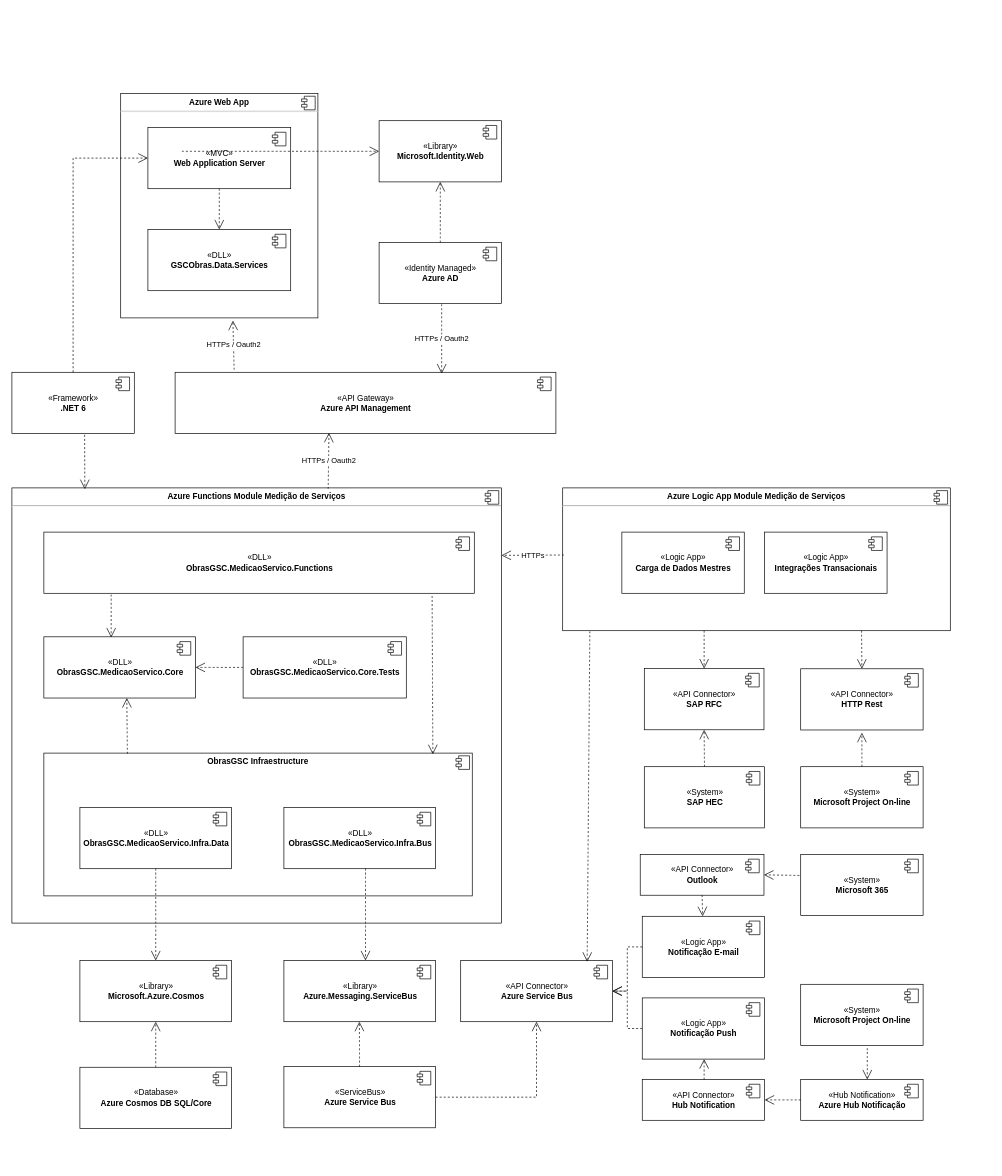
aizefler/pucminas keeps this draw.io diagram as page "Componentes" (3 of 4) of docs/etapa2/diagramas-pucminas-2021.drawio. Above is the earlier version. Source tidied: cells renumbered, new cells numbered last; positions are measured from the earlier drawing's top-left corner, leaving out a move shared by most shapes. Both pictures are drawn from the tidied source at 68%, with x=0, y=0 at pixel (12, 93).
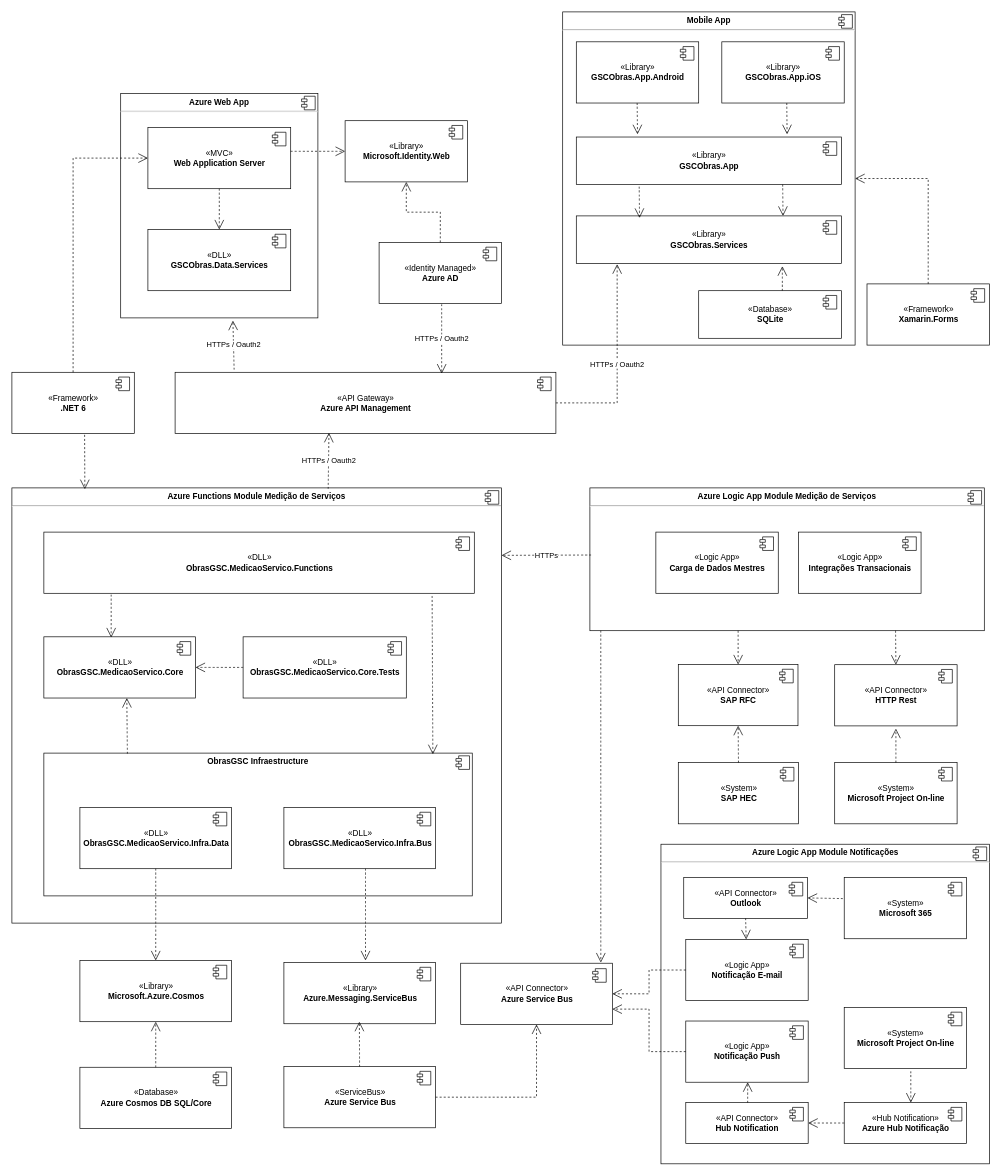
The same diagram, later.

Commit message:
Adicionado componentes referentes ao Mobile App

The change refers to these unchanged cells:
```xml
<mxCell id="2" value="«API Gateway»&lt;br&gt;&lt;b&gt;Azure API Management&lt;/b&gt;" style="html=1;" parent="1" vertex="1">
  <mxGeometry x="240" y="410" width="560" height="90" as="geometry" />
</mxCell>
<mxCell id="41" value="«Identity Managed»&lt;br&gt;&lt;b&gt;Azure AD&lt;/b&gt;" style="html=1;" parent="1" vertex="1">
  <mxGeometry x="540" y="219" width="180" height="90" as="geometry" />
</mxCell>
```

Change to the diagram source:
```diff
@@
     <mxCell id="43" value="«Library»&lt;br&gt;&lt;b&gt;Microsoft.Identity.Web&lt;/b&gt;" style="html=1;" parent="1" vertex="1">
-      <mxGeometry x="540" y="40" width="180" height="90" as="geometry" />
+      <mxGeometry x="490" y="40" width="180" height="90" as="geometry" />
     </mxCell>
@@
-    <mxCell id="45" style="endArrow=open;endSize=12;dashed=1;html=1;rounded=0;labelBackgroundColor=#FFFFFF;curved=1;entryX=0.5;entryY=1;entryDx=0;entryDy=0;exitX=0.5;exitY=0;exitDx=0;exitDy=0;" parent="1" edge="1" source="41" target="43">
+    <mxCell id="45" style="endArrow=open;endSize=12;dashed=1;html=1;rounded=0;labelBackgroundColor=#FFFFFF;entryX=0.5;entryY=1;entryDx=0;entryDy=0;exitX=0.5;exitY=0;exitDx=0;exitDy=0;edgeStyle=orthogonalEdgeStyle;" parent="1" edge="1" source="41" target="43">
       <mxGeometry relative="1" as="geometry" />
     </mxCell>
     <mxCell id="46" style="endArrow=open;endSize=12;dashed=1;html=1;rounded=0;curved=1;entryX=0;entryY=0.5;entryDx=0;entryDy=0;" parent="1" edge="1" target="43">
       <mxGeometry relative="1" as="geometry">
-        <mxPoint x="250" y="85" as="sourcePoint" />
+        <mxPoint x="410" y="85" as="sourcePoint" />
       </mxGeometry>
     </mxCell>
@@
     <mxCell id="48" value="«Library»&lt;br&gt;&lt;b&gt;Azure.Messaging.ServiceBus&lt;/b&gt;" style="html=1;" parent="1" vertex="1">
-      <mxGeometry x="400" y="1275" width="223" height="90" as="geometry" />
+      <mxGeometry x="400" y="1278" width="223" height="90" as="geometry" />
     </mxCell>
@@
     <mxCell id="54" value="&lt;p style=&quot;margin: 0px ; margin-top: 6px ; text-align: center&quot;&gt;&lt;b&gt;Azure Logic App Module Medição de Serviços&lt;/b&gt;&lt;/p&gt;&lt;hr&gt;&lt;p style=&quot;margin: 0px ; margin-left: 8px&quot;&gt;&lt;br&gt;&lt;/p&gt;" style="align=left;overflow=fill;html=1;" parent="1" vertex="1">
-      <mxGeometry x="810" y="580" width="570" height="210" as="geometry" />
+      <mxGeometry x="850" y="580" width="580" height="210" as="geometry" />
     </mxCell>
@@
     <mxCell id="56" value="«API Connector»&lt;br&gt;&lt;b&gt;Azure Service Bus&lt;/b&gt;" style="html=1;" parent="1" vertex="1">
-      <mxGeometry x="660" y="1275" width="223" height="90" as="geometry" />
+      <mxGeometry x="660" y="1279" width="223" height="90" as="geometry" />
     </mxCell>
     <mxCell id="57" style="shape=module;jettyWidth=8;jettyHeight=4;" parent="56" vertex="1">
       <mxGeometry x="1" width="20" height="20" relative="1" as="geometry">
-        <mxPoint x="-27" y="7" as="offset" />
+        <mxPoint x="-29" y="8" as="offset" />
       </mxGeometry>
     </mxCell>
@@
     <mxCell id="59" value="«Logic App»&lt;br&gt;&lt;b&gt;Carga de Dados Mestres&lt;/b&gt;" style="html=1;" parent="1" vertex="1">
-      <mxGeometry x="897" y="645" width="180" height="90" as="geometry" />
+      <mxGeometry x="947" y="645" width="180" height="90" as="geometry" />
     </mxCell>
@@
-    <mxCell id="62" style="endArrow=open;endSize=12;dashed=1;html=1;rounded=0;labelBackgroundColor=#FFFFFF;curved=1;entryX=0.834;entryY=0.022;entryDx=0;entryDy=0;entryPerimeter=0;exitX=0.07;exitY=1.005;exitDx=0;exitDy=0;exitPerimeter=0;" parent="1" edge="1" source="54" target="56">
-      <mxGeometry relative="1" as="geometry" />
+    <mxCell id="62" style="endArrow=open;endSize=12;dashed=1;html=1;rounded=0;labelBackgroundColor=#FFFFFF;curved=1;entryX=0.924;entryY=-0.011;entryDx=0;entryDy=0;entryPerimeter=0;" parent="1" edge="1" target="56">
+      <mxGeometry relative="1" as="geometry">
+        <mxPoint x="866" y="790" as="sourcePoint" />
+      </mxGeometry>
     </mxCell>
     <mxCell id="63" value="«API Connector»&lt;br&gt;&lt;b&gt;SAP RFC&lt;/b&gt;" style="html=1;" parent="1" vertex="1">
-      <mxGeometry x="930" y="845.7" width="176" height="90" as="geometry" />
+      <mxGeometry x="980" y="839.7" width="176" height="90" as="geometry" />
     </mxCell>
@@
     <mxCell id="65" value="«System»&lt;br&gt;&lt;b&gt;SAP HEC&lt;/b&gt;" style="html=1;" parent="1" vertex="1">
-      <mxGeometry x="930" y="990" width="177" height="90" as="geometry" />
+      <mxGeometry x="980" y="984" width="177" height="90" as="geometry" />
     </mxCell>
@@
     <mxCell id="67" style="endArrow=open;endSize=12;dashed=1;html=1;rounded=0;labelBackgroundColor=#FFFFFF;curved=1;entryX=0.5;entryY=0;entryDx=0;entryDy=0;" parent="1" edge="1" target="63">
       <mxGeometry relative="1" as="geometry">
-        <mxPoint x="1018" y="790" as="sourcePoint" />
+        <mxPoint x="1068" y="790" as="sourcePoint" />
       </mxGeometry>
     </mxCell>
@@
     <mxCell id="69" value="«API Connector»&lt;br&gt;&lt;b&gt;HTTP Rest&lt;/b&gt;" style="html=1;" parent="1" vertex="1">
-      <mxGeometry x="1160" y="846" width="180" height="90" as="geometry" />
+      <mxGeometry x="1210" y="840" width="180" height="90" as="geometry" />
     </mxCell>
@@
     <mxCell id="71" value="«Logic App»&lt;br&gt;&lt;b&gt;Integrações Transacionais&lt;/b&gt;" style="html=1;" parent="1" vertex="1">
-      <mxGeometry x="1107" y="645" width="180" height="90" as="geometry" />
+      <mxGeometry x="1157" y="645" width="180" height="90" as="geometry" />
     </mxCell>
@@
     <mxCell id="73" value="«System»&lt;br&gt;&lt;b&gt;Microsoft Project On-line&lt;/b&gt;" style="html=1;" parent="1" vertex="1">
-      <mxGeometry x="1160" y="990" width="180" height="90" as="geometry" />
+      <mxGeometry x="1210" y="984" width="180" height="90" as="geometry" />
     </mxCell>
@@
+    <mxCell id="94" style="endArrow=open;endSize=12;dashed=1;html=1;rounded=0;labelBackgroundColor=#FFFFFF;curved=1;entryX=0.5;entryY=0;entryDx=0;entryDy=0;" parent="1" edge="1" target="69">
+      <mxGeometry relative="1" as="geometry">
+        <mxPoint x="1299.5" y="790" as="sourcePoint" />
+      </mxGeometry>
+    </mxCell>
+    <mxCell id="95" style="endArrow=open;endSize=12;dashed=1;html=1;rounded=0;labelBackgroundColor=#FFFFFF;curved=1;exitX=0.5;exitY=0;exitDx=0;exitDy=0;" parent="1" edge="1" source="73">
+      <mxGeometry relative="1" as="geometry">
+        <mxPoint x="1300" y="934" as="targetPoint" />
+      </mxGeometry>
+    </mxCell>
+    <mxCell id="98" value="&lt;p style=&quot;margin: 0px ; margin-top: 6px ; text-align: center&quot;&gt;&lt;b&gt;Azure Logic App Module Notificações&lt;/b&gt;&lt;/p&gt;&lt;hr&gt;&lt;p style=&quot;margin: 0px ; margin-left: 8px&quot;&gt;&lt;br&gt;&lt;/p&gt;" style="align=left;overflow=fill;html=1;" parent="1" vertex="1">
+      <mxGeometry x="954.5" y="1104" width="483" height="470" as="geometry" />
+    </mxCell>
+    <mxCell id="99" style="shape=component;jettyWidth=8;jettyHeight=4;" parent="98" vertex="1">
+      <mxGeometry x="1" width="20" height="20" relative="1" as="geometry">
+        <mxPoint x="-24" y="4" as="offset" />
+      </mxGeometry>
+    </mxCell>
     <mxCell id="75" value="«Logic App»&lt;br&gt;&lt;b&gt;Notificação E-mail&lt;/b&gt;" style="html=1;" parent="1" vertex="1">
-      <mxGeometry x="927" y="1210" width="180" height="90" as="geometry" />
+      <mxGeometry x="991" y="1244" width="180" height="90" as="geometry" />
     </mxCell>
@@
     <mxCell id="77" value="«Logic App»&lt;br&gt;&lt;b&gt;Notificação Push&lt;/b&gt;" style="html=1;" parent="1" vertex="1">
-      <mxGeometry x="927" y="1330" width="180" height="90" as="geometry" />
+      <mxGeometry x="991" y="1364" width="180" height="90" as="geometry" />
     </mxCell>
@@
-    <mxCell id="80" style="endArrow=open;endSize=12;dashed=1;html=1;rounded=0;labelBackgroundColor=#FFFFFF;exitX=0;exitY=0.5;exitDx=0;exitDy=0;edgeStyle=orthogonalEdgeStyle;" parent="1" edge="1" source="77" target="56">
+    <mxCell id="80" style="endArrow=open;endSize=12;dashed=1;html=1;rounded=0;labelBackgroundColor=#FFFFFF;exitX=0;exitY=0.5;exitDx=0;exitDy=0;edgeStyle=orthogonalEdgeStyle;entryX=1;entryY=0.75;entryDx=0;entryDy=0;" parent="1" edge="1" source="77" target="56">
       <mxGeometry relative="1" as="geometry" />
     </mxCell>
     <mxCell id="81" value="«API Connector»&lt;br&gt;&lt;b&gt;Outlook&lt;/b&gt;" style="html=1;" parent="1" vertex="1">
-      <mxGeometry x="924" y="1119" width="182" height="60" as="geometry" />
+      <mxGeometry x="988" y="1153" width="182" height="60" as="geometry" />
     </mxCell>
@@
     <mxCell id="83" value="«API Connector»&lt;br&gt;&lt;b&gt;Hub Notification&lt;/b&gt;" style="html=1;" parent="1" vertex="1">
-      <mxGeometry x="927" y="1450" width="180" height="60" as="geometry" />
+      <mxGeometry x="991" y="1484" width="180" height="60" as="geometry" />
     </mxCell>
@@
     <mxCell id="85" value="«Hub Notification»&lt;br&gt;&lt;b&gt;Azure Hub Notificação&lt;/b&gt;" style="html=1;" parent="1" vertex="1">
-      <mxGeometry x="1160" y="1450" width="180" height="60" as="geometry" />
+      <mxGeometry x="1224" y="1484" width="180" height="60" as="geometry" />
     </mxCell>
@@
     <mxCell id="87" style="endArrow=open;endSize=12;dashed=1;html=1;rounded=0;labelBackgroundColor=#FFFFFF;curved=1;entryX=0.5;entryY=1;entryDx=0;entryDy=0;" parent="1" edge="1">
       <mxGeometry relative="1" as="geometry">
-        <mxPoint x="1018" y="1450" as="sourcePoint" />
-        <mxPoint x="1018" y="1420" as="targetPoint" />
+        <mxPoint x="1082" y="1484" as="sourcePoint" />
+        <mxPoint x="1082" y="1454" as="targetPoint" />
       </mxGeometry>
     </mxCell>
@@
     <mxCell id="89" value="«System»&lt;br&gt;&lt;b&gt;Microsoft 365&lt;/b&gt;" style="html=1;" parent="1" vertex="1">
-      <mxGeometry x="1160" y="1119" width="180" height="90" as="geometry" />
+      <mxGeometry x="1224" y="1153" width="180" height="90" as="geometry" />
     </mxCell>
@@
     <mxCell id="91" value="«System»&lt;br&gt;&lt;b&gt;Microsoft Project On-line&lt;/b&gt;" style="html=1;" parent="1" vertex="1">
-      <mxGeometry x="1160" y="1310" width="180" height="90" as="geometry" />
+      <mxGeometry x="1224" y="1344" width="180" height="90" as="geometry" />
     </mxCell>
@@
-    <mxCell id="94" style="endArrow=open;endSize=12;dashed=1;html=1;rounded=0;labelBackgroundColor=#FFFFFF;curved=1;entryX=0.5;entryY=0;entryDx=0;entryDy=0;" parent="1" edge="1" target="69">
-      <mxGeometry relative="1" as="geometry">
-        <mxPoint x="1249.5" y="790" as="sourcePoint" />
-      </mxGeometry>
-    </mxCell>
-    <mxCell id="95" style="endArrow=open;endSize=12;dashed=1;html=1;rounded=0;labelBackgroundColor=#FFFFFF;curved=1;exitX=0.5;exitY=0;exitDx=0;exitDy=0;" parent="1" edge="1" source="73">
-      <mxGeometry relative="1" as="geometry">
-        <mxPoint x="1250" y="940" as="targetPoint" />
-      </mxGeometry>
-    </mxCell>
@@
+    <mxCell id="100" value="&lt;p style=&quot;margin: 0px ; margin-top: 6px ; text-align: center&quot;&gt;&lt;b&gt;Mobile App&lt;/b&gt;&lt;/p&gt;&lt;hr&gt;&lt;p style=&quot;margin: 0px ; margin-left: 8px&quot;&gt;&lt;br&gt;&lt;/p&gt;" style="align=left;overflow=fill;html=1;" parent="1" vertex="1">
+      <mxGeometry x="810" y="-120" width="430" height="490" as="geometry" />
+    </mxCell>
+    <mxCell id="101" style="shape=component;jettyWidth=8;jettyHeight=4;" parent="100" vertex="1">
+      <mxGeometry x="1" width="20" height="20" relative="1" as="geometry">
+        <mxPoint x="-24" y="4" as="offset" />
+      </mxGeometry>
+    </mxCell>
+    <mxCell id="102" value="«Framework»&lt;br&gt;&lt;b&gt;Xamarin.Forms&lt;/b&gt;" style="html=1;" parent="1" vertex="1">
+      <mxGeometry x="1257.5" y="280" width="180" height="90" as="geometry" />
+    </mxCell>
+    <mxCell id="103" style="shape=module;jettyWidth=8;jettyHeight=4;" parent="102" vertex="1">
+      <mxGeometry x="1" width="20" height="20" relative="1" as="geometry">
+        <mxPoint x="-27" y="7" as="offset" />
+      </mxGeometry>
+    </mxCell>
+    <mxCell id="104" value="«Library»&lt;br&gt;&lt;b&gt;GSCObras.App.Android&lt;/b&gt;" style="html=1;" parent="1" vertex="1">
+      <mxGeometry x="830" y="-76" width="180" height="90" as="geometry" />
+    </mxCell>
+    <mxCell id="105" style="shape=module;jettyWidth=8;jettyHeight=4;" parent="104" vertex="1">
+      <mxGeometry x="1" width="20" height="20" relative="1" as="geometry">
+        <mxPoint x="-27" y="7" as="offset" />
+      </mxGeometry>
+    </mxCell>
+    <mxCell id="106" value="«Library»&lt;br&gt;&lt;b&gt;GSCObras.App.iOS&lt;/b&gt;" style="html=1;" parent="1" vertex="1">
+      <mxGeometry x="1044" y="-76" width="180" height="90" as="geometry" />
+    </mxCell>
+    <mxCell id="107" style="shape=module;jettyWidth=8;jettyHeight=4;" parent="106" vertex="1">
+      <mxGeometry x="1" width="20" height="20" relative="1" as="geometry">
+        <mxPoint x="-27" y="7" as="offset" />
+      </mxGeometry>
+    </mxCell>
+    <mxCell id="108" value="«Library»&lt;br&gt;&lt;b&gt;GSCObras.App&lt;/b&gt;" style="html=1;" parent="1" vertex="1">
+      <mxGeometry x="830" y="64" width="390" height="70" as="geometry" />
+    </mxCell>
+    <mxCell id="109" style="shape=module;jettyWidth=8;jettyHeight=4;" parent="108" vertex="1">
+      <mxGeometry x="1" width="20" height="20" relative="1" as="geometry">
+        <mxPoint x="-27" y="7" as="offset" />
+      </mxGeometry>
+    </mxCell>
+    <mxCell id="110" value="«Library»&lt;br&gt;&lt;b&gt;GSCObras.Services&lt;/b&gt;" style="html=1;" parent="1" vertex="1">
+      <mxGeometry x="830" y="180" width="390" height="70" as="geometry" />
+    </mxCell>
+    <mxCell id="111" style="shape=module;jettyWidth=8;jettyHeight=4;" parent="110" vertex="1">
+      <mxGeometry x="1" width="20" height="20" relative="1" as="geometry">
+        <mxPoint x="-27" y="7" as="offset" />
+      </mxGeometry>
+    </mxCell>
+    <mxCell id="112" value="HTTPs / Oauth2" style="endArrow=open;endSize=12;dashed=1;html=1;rounded=0;exitX=1;exitY=0.5;exitDx=0;exitDy=0;edgeStyle=orthogonalEdgeStyle;entryX=0.154;entryY=1.014;entryDx=0;entryDy=0;entryPerimeter=0;" parent="1" edge="1" source="2" target="110">
+      <mxGeometry relative="1" as="geometry" />
+    </mxCell>
+    <mxCell id="113" value="«Database»&lt;br&gt;&lt;b&gt;SQLite&lt;/b&gt;" style="html=1;" parent="1" vertex="1">
+      <mxGeometry x="1010" y="290" width="210" height="70" as="geometry" />
+    </mxCell>
+    <mxCell id="114" style="shape=module;jettyWidth=8;jettyHeight=4;" parent="113" vertex="1">
+      <mxGeometry x="1" width="20" height="20" relative="1" as="geometry">
+        <mxPoint x="-27" y="7" as="offset" />
+      </mxGeometry>
+    </mxCell>
+    <mxCell id="115" style="endArrow=open;endSize=12;dashed=1;html=1;rounded=0;curved=1;exitX=0.5;exitY=1;exitDx=0;exitDy=0;" parent="1" edge="1">
+      <mxGeometry relative="1" as="geometry">
+        <mxPoint x="919.5" y="14" as="sourcePoint" />
+        <mxPoint x="920" y="60" as="targetPoint" />
+      </mxGeometry>
+    </mxCell>
+    <mxCell id="116" style="endArrow=open;endSize=12;dashed=1;html=1;rounded=0;curved=1;exitX=0.5;exitY=1;exitDx=0;exitDy=0;" parent="1" edge="1">
+      <mxGeometry relative="1" as="geometry">
+        <mxPoint x="1139.5" y="14" as="sourcePoint" />
+        <mxPoint x="1140" y="60" as="targetPoint" />
+      </mxGeometry>
+    </mxCell>
+    <mxCell id="117" style="endArrow=open;endSize=12;dashed=1;html=1;rounded=0;curved=1;exitX=0.5;exitY=1;exitDx=0;exitDy=0;" parent="1" edge="1">
+      <mxGeometry relative="1" as="geometry">
+        <mxPoint x="922.5" y="137" as="sourcePoint" />
+        <mxPoint x="923" y="183" as="targetPoint" />
+      </mxGeometry>
+    </mxCell>
+    <mxCell id="118" style="endArrow=open;endSize=12;dashed=1;html=1;rounded=0;curved=1;exitX=0.5;exitY=1;exitDx=0;exitDy=0;" parent="1" edge="1">
+      <mxGeometry relative="1" as="geometry">
+        <mxPoint x="1133.5" y="134" as="sourcePoint" />
+        <mxPoint x="1134" y="180" as="targetPoint" />
+      </mxGeometry>
+    </mxCell>
+    <mxCell id="119" style="endArrow=open;endSize=12;dashed=1;html=1;rounded=0;curved=1;entryX=0.777;entryY=1.057;entryDx=0;entryDy=0;entryPerimeter=0;" parent="1" edge="1" target="110">
+      <mxGeometry relative="1" as="geometry">
+        <mxPoint x="1133" y="290" as="sourcePoint" />
+      </mxGeometry>
+    </mxCell>
+    <mxCell id="120" style="endArrow=open;endSize=12;dashed=1;html=1;rounded=0;labelBackgroundColor=#FFFFFF;entryX=1;entryY=0.5;entryDx=0;entryDy=0;exitX=0.5;exitY=0;exitDx=0;exitDy=0;edgeStyle=orthogonalEdgeStyle;" parent="1" edge="1" source="102" target="100">
+      <mxGeometry relative="1" as="geometry" />
+    </mxCell>
```
